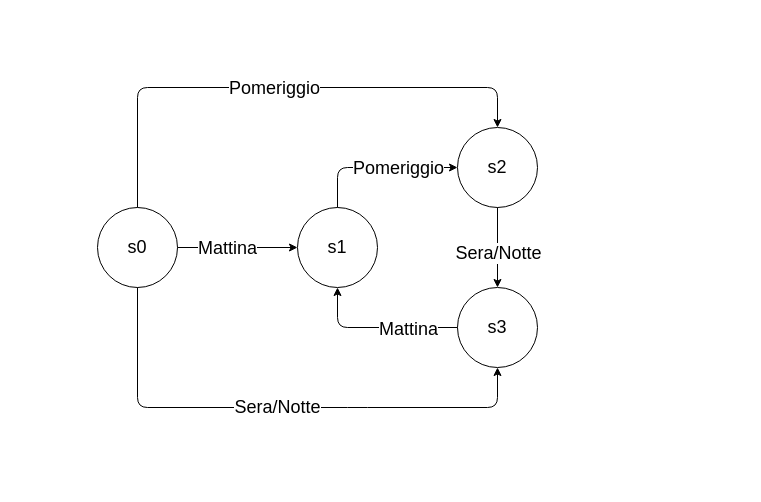
LeoManto/Mantovani_Leonardo keeps this draw.io diagram as it.unibo.workshift/userDocs/StatiProgetto.drawio. Above is the earlier version. Source tidied: cells renumbered, new cells numbered last; positions are measured from the earlier drawing's top-left corner, leaving out a move shared by most shapes. Both pictures are drawn from the tidied source at 100%, with x=0, y=0 at pixel (97, 87).
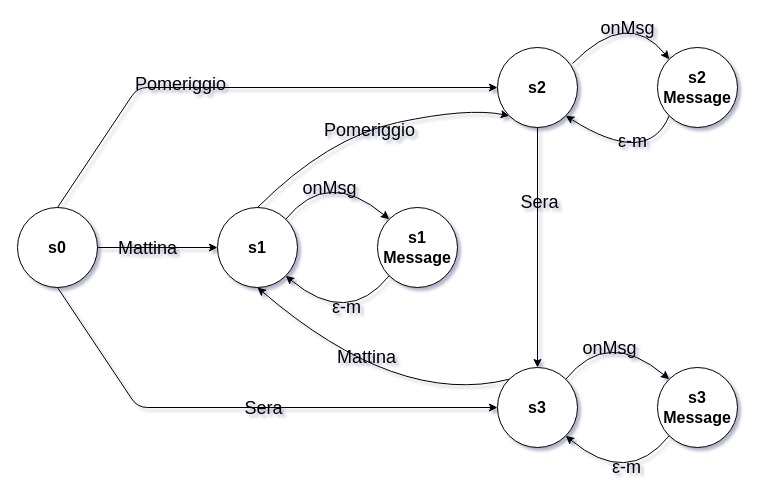
The same page after the edit.

The change refers to these unchanged cells:
```xml
<mxCell id="9" style="endArrow=classic;html=1;exitX=1;exitY=0.5;exitDx=0;exitDy=0;entryX=0;entryY=0.5;entryDx=0;entryDy=0;" parent="1" edge="1" source="2" target="4">
  <mxGeometry relative="1" as="geometry" />
</mxCell>
```

The edit, as a diff of the source:
```diff
@@
-<mxGraphModel>
+<mxGraphModel shadow="1">
@@
-    <mxCell id="2" value="&lt;font style=&quot;font-size: 18px&quot;&gt;s0&lt;/font&gt;" style="ellipse;whiteSpace=wrap;html=1;" parent="1" vertex="1">
-      <mxGeometry y="120" width="80" height="80" as="geometry" />
+    <mxCell id="2" value="&lt;font style=&quot;font-size: 16px&quot;&gt;&lt;b&gt;s0&lt;/b&gt;&lt;/font&gt;" style="ellipse;whiteSpace=wrap;html=1;" parent="1" vertex="1">
+      <mxGeometry x="-80" y="120" width="80" height="80" as="geometry" />
     </mxCell>
-    <mxCell id="3" value="&lt;font style=&quot;font-size: 18px&quot;&gt;s2&lt;/font&gt;" style="ellipse;whiteSpace=wrap;html=1;" parent="1" vertex="1">
-      <mxGeometry x="360" y="40" width="80" height="80" as="geometry" />
+    <mxCell id="3" value="&lt;font style=&quot;font-size: 16px&quot;&gt;&lt;b&gt;s2&lt;/b&gt;&lt;/font&gt;" style="ellipse;whiteSpace=wrap;html=1;" parent="1" vertex="1">
+      <mxGeometry x="400" y="-40" width="80" height="80" as="geometry" />
     </mxCell>
-    <mxCell id="4" value="&lt;font style=&quot;font-size: 18px&quot;&gt;s1&lt;/font&gt;" style="ellipse;whiteSpace=wrap;html=1;" parent="1" vertex="1">
-      <mxGeometry x="200" y="120" width="80" height="80" as="geometry" />
+    <mxCell id="4" value="&lt;font style=&quot;font-size: 16px&quot;&gt;&lt;b&gt;s1&lt;/b&gt;&lt;/font&gt;" style="ellipse;whiteSpace=wrap;html=1;" parent="1" vertex="1">
+      <mxGeometry x="120" y="120" width="80" height="80" as="geometry" />
     </mxCell>
-    <mxCell id="5" value="&lt;font style=&quot;font-size: 18px&quot;&gt;s3&lt;/font&gt;" style="ellipse;whiteSpace=wrap;html=1;" parent="1" vertex="1">
-      <mxGeometry x="360" y="200" width="80" height="80" as="geometry" />
+    <mxCell id="5" value="&lt;font style=&quot;font-size: 16px&quot;&gt;&lt;b&gt;s3&lt;/b&gt;&lt;/font&gt;" style="ellipse;whiteSpace=wrap;html=1;" parent="1" vertex="1">
+      <mxGeometry x="400" y="280" width="80" height="80" as="geometry" />
     </mxCell>
-    <mxCell id="6" style="endArrow=classic;html=1;exitX=0.5;exitY=0;exitDx=0;exitDy=0;entryX=0.5;entryY=0;entryDx=0;entryDy=0;" parent="1" edge="1" source="2" target="3">
-      <mxGeometry relative="1" as="geometry">
-        <Array as="points">
-          <mxPoint x="40" />
-          <mxPoint x="400" />
-        </Array>
-      </mxGeometry>
-    </mxCell>
-    <mxCell id="7" value="&lt;span style=&quot;font-size: 18px&quot;&gt;Pomeriggio&lt;/span&gt;" style="edgeLabel;html=1;align=center;verticalAlign=middle;" parent="6" vertex="1">
-      <mxGeometry x="-0.19" y="-1" relative="1" as="geometry">
-        <mxPoint x="45" y="-1" as="offset" />
-      </mxGeometry>
-    </mxCell>
-    <mxCell id="8" value="&lt;font style=&quot;font-size: 18px&quot;&gt;Sera/Notte&lt;/font&gt;" style="endArrow=classic;html=1;exitX=0.5;exitY=1;exitDx=0;exitDy=0;entryX=0.5;entryY=1;entryDx=0;entryDy=0;" parent="1" edge="1" source="2" target="5">
-      <mxGeometry relative="1" as="geometry">
-        <Array as="points">
-          <mxPoint x="40" y="320" />
-          <mxPoint x="260" y="320" />
-          <mxPoint x="400" y="320" />
-        </Array>
-      </mxGeometry>
-    </mxCell>
@@
-    <mxCell id="10" value="&lt;font style=&quot;font-size: 18px&quot;&gt;Mattina&lt;/font&gt;" style="edgeLabel;html=1;align=center;verticalAlign=middle;" parent="9" vertex="1">
+    <mxCell id="10" value="&lt;font style=&quot;font-size: 18px&quot;&gt;Mattina&lt;/font&gt;" style="edgeLabel;html=1;align=center;verticalAlign=middle;labelBackgroundColor=none;fontColor=#000000;" parent="9" vertex="1">
       <mxGeometry x="0.27" y="-1" relative="1" as="geometry">
         <mxPoint x="-27" y="-1" as="offset" />
       </mxGeometry>
     </mxCell>
-    <mxCell id="11" style="endArrow=classic;html=1;exitX=0.5;exitY=0;exitDx=0;exitDy=0;entryX=0;entryY=0.5;entryDx=0;entryDy=0;" parent="1" edge="1" source="4" target="3">
-      <mxGeometry relative="1" as="geometry">
-        <Array as="points">
-          <mxPoint x="240" y="80" />
-        </Array>
-      </mxGeometry>
-    </mxCell>
-    <mxCell id="12" value="&lt;font style=&quot;font-size: 18px&quot;&gt;Pomeriggio&lt;/font&gt;" style="edgeLabel;html=1;align=center;verticalAlign=middle;" parent="11" vertex="1">
-      <mxGeometry x="0.2" relative="1" as="geometry">
-        <mxPoint x="4" as="offset" />
-      </mxGeometry>
-    </mxCell>
+    <mxCell id="17" value="&lt;font style=&quot;font-size: 16px&quot;&gt;&lt;b&gt;s1&lt;br&gt;Message&lt;/b&gt;&lt;/font&gt;" style="ellipse;whiteSpace=wrap;html=1;" parent="1" vertex="1">
+      <mxGeometry x="280" y="120" width="80" height="80" as="geometry" />
+    </mxCell>
+    <mxCell id="18" style="curved=1;endArrow=classic;html=1;exitX=1;exitY=0;exitDx=0;exitDy=0;entryX=0;entryY=0;entryDx=0;entryDy=0;" parent="1" edge="1" source="4" target="17">
+      <mxGeometry relative="1" as="geometry">
+        <Array as="points">
+          <mxPoint x="230" y="80" />
+        </Array>
+      </mxGeometry>
+    </mxCell>
+    <mxCell id="19" value="&lt;font style=&quot;font-size: 18px&quot;&gt;onMsg&lt;/font&gt;" style="edgeLabel;html=1;align=center;verticalAlign=middle;labelBackgroundColor=none;fontColor=#000000;" parent="18" vertex="1">
+      <mxGeometry x="0.09" y="-16" relative="1" as="geometry">
+        <mxPoint x="1" as="offset" />
+      </mxGeometry>
+    </mxCell>
+    <mxCell id="20" style="curved=1;endArrow=classic;html=1;exitX=0;exitY=1;exitDx=0;exitDy=0;entryX=1;entryY=1;entryDx=0;entryDy=0;" parent="1" edge="1" source="17" target="4">
+      <mxGeometry relative="1" as="geometry">
+        <Array as="points">
+          <mxPoint x="250" y="240" />
+        </Array>
+      </mxGeometry>
+    </mxCell>
+    <mxCell id="21" value="&lt;font style=&quot;font-family: sans-serif; font-size: 18px;&quot;&gt;ε&lt;/font&gt;&lt;font style=&quot;font-family: sans-serif; font-size: 18px;&quot;&gt;-m&lt;/font&gt;" style="edgeLabel;html=1;align=center;verticalAlign=middle;labelBackgroundColor=none;fontColor=#000000;" parent="20" vertex="1">
+      <mxGeometry x="0.11" y="-17" relative="1" as="geometry">
+        <mxPoint y="3" as="offset" />
+      </mxGeometry>
+    </mxCell>
+    <mxCell id="22" value="&lt;font style=&quot;font-size: 16px&quot;&gt;&lt;b&gt;s2&lt;br&gt;Message&lt;/b&gt;&lt;/font&gt;" style="ellipse;whiteSpace=wrap;html=1;" parent="1" vertex="1">
+      <mxGeometry x="560" y="-40" width="80" height="80" as="geometry" />
+    </mxCell>
+    <mxCell id="23" style="curved=1;endArrow=classic;html=1;exitX=0.938;exitY=0.2;exitDx=0;exitDy=0;entryX=0;entryY=0;entryDx=0;entryDy=0;exitPerimeter=0;" parent="1" edge="1" source="3" target="22">
+      <mxGeometry relative="1" as="geometry">
+        <Array as="points">
+          <mxPoint x="530" y="-80" />
+        </Array>
+      </mxGeometry>
+    </mxCell>
+    <mxCell id="24" value="&lt;font style=&quot;font-size: 18px&quot;&gt;onMsg&lt;/font&gt;" style="edgeLabel;html=1;align=center;verticalAlign=middle;labelBackgroundColor=none;fontColor=#000000;" parent="23" vertex="1">
+      <mxGeometry x="0.09" y="-16" relative="1" as="geometry">
+        <mxPoint x="12" y="10" as="offset" />
+      </mxGeometry>
+    </mxCell>
+    <mxCell id="25" style="curved=1;endArrow=classic;html=1;exitX=0;exitY=1;exitDx=0;exitDy=0;entryX=1;entryY=1;entryDx=0;entryDy=0;" parent="1" edge="1" source="22" target="3">
+      <mxGeometry relative="1" as="geometry">
+        <Array as="points">
+          <mxPoint x="550" y="80" />
+        </Array>
+      </mxGeometry>
+    </mxCell>
+    <mxCell id="26" value="&lt;font style=&quot;font-family: sans-serif; font-size: 18px;&quot;&gt;ε&lt;/font&gt;&lt;font style=&quot;font-family: sans-serif; font-size: 18px;&quot;&gt;-m&lt;/font&gt;" style="edgeLabel;html=1;align=center;verticalAlign=middle;labelBackgroundColor=none;labelBorderColor=none;fontColor=#000000;" parent="25" vertex="1">
+      <mxGeometry x="0.11" y="-17" relative="1" as="geometry">
+        <mxPoint y="3" as="offset" />
+      </mxGeometry>
+    </mxCell>
+    <mxCell id="27" value="&lt;font style=&quot;font-size: 16px&quot;&gt;&lt;b&gt;s3&lt;br&gt;Message&lt;/b&gt;&lt;/font&gt;" style="ellipse;whiteSpace=wrap;html=1;" parent="1" vertex="1">
+      <mxGeometry x="560" y="280" width="80" height="80" as="geometry" />
+    </mxCell>
+    <mxCell id="28" style="curved=1;endArrow=classic;html=1;exitX=1;exitY=0;exitDx=0;exitDy=0;entryX=0;entryY=0;entryDx=0;entryDy=0;" parent="1" edge="1" source="5" target="27">
+      <mxGeometry relative="1" as="geometry">
+        <Array as="points">
+          <mxPoint x="510" y="240" />
+        </Array>
+      </mxGeometry>
+    </mxCell>
+    <mxCell id="29" value="&lt;font style=&quot;font-size: 18px&quot;&gt;onMsg&lt;/font&gt;" style="edgeLabel;html=1;align=center;verticalAlign=middle;labelBackgroundColor=none;fontColor=#000000;" parent="28" vertex="1">
+      <mxGeometry x="0.09" y="-16" relative="1" as="geometry">
+        <mxPoint x="1" as="offset" />
+      </mxGeometry>
+    </mxCell>
+    <mxCell id="30" style="curved=1;endArrow=classic;html=1;exitX=0;exitY=1;exitDx=0;exitDy=0;entryX=1;entryY=1;entryDx=0;entryDy=0;" parent="1" edge="1" source="27" target="5">
+      <mxGeometry relative="1" as="geometry">
+        <Array as="points">
+          <mxPoint x="530" y="400" />
+        </Array>
+      </mxGeometry>
+    </mxCell>
+    <mxCell id="31" value="&lt;font style=&quot;font-family: sans-serif; font-size: 18px;&quot;&gt;ε&lt;/font&gt;&lt;font style=&quot;font-family: sans-serif; font-size: 18px;&quot;&gt;-m&lt;/font&gt;" style="edgeLabel;html=1;align=center;verticalAlign=middle;labelBackgroundColor=none;fontColor=#000000;" parent="30" vertex="1">
+      <mxGeometry x="0.11" y="-17" relative="1" as="geometry">
+        <mxPoint y="3" as="offset" />
+      </mxGeometry>
+    </mxCell>
-    <mxCell id="13" style="endArrow=classic;html=1;exitX=0.5;exitY=1;exitDx=0;exitDy=0;entryX=0.5;entryY=0;entryDx=0;entryDy=0;" parent="1" edge="1" source="3" target="5">
+    <mxCell id="13" style="endArrow=classic;html=1;fontColor=#f0f0f0;exitX=0.5;exitY=1;exitDx=0;exitDy=0;entryX=0.5;entryY=0;entryDx=0;entryDy=0;" parent="1" edge="1" source="3" target="5">
       <mxGeometry relative="1" as="geometry" />
     </mxCell>
-    <mxCell id="14" value="&lt;font style=&quot;font-size: 18px&quot;&gt;Sera/Notte&lt;/font&gt;" style="edgeLabel;html=1;align=center;verticalAlign=middle;" parent="13" vertex="1">
-      <mxGeometry x="-0.12" relative="1" as="geometry">
-        <mxPoint y="10" as="offset" />
-      </mxGeometry>
-    </mxCell>
+    <mxCell id="32" value="&lt;font style=&quot;font-size: 18px&quot;&gt;Sera&lt;/font&gt;" style="edgeLabel;html=1;align=center;verticalAlign=middle;labelBackgroundColor=none;fontColor=#000000;" parent="13" vertex="1">
+      <mxGeometry x="-0.38" y="1" relative="1" as="geometry" />
+    </mxCell>
+    <mxCell id="8" style="endArrow=classic;html=1;fontColor=#f0f0f0;exitX=0.5;exitY=1;exitDx=0;exitDy=0;entryX=0;entryY=0.5;entryDx=0;entryDy=0;" parent="1" edge="1" source="2" target="5">
+      <mxGeometry relative="1" as="geometry">
+        <Array as="points">
+          <mxPoint x="40" y="320" />
+        </Array>
+      </mxGeometry>
+    </mxCell>
+    <mxCell id="33" value="&lt;font style=&quot;font-size: 18px&quot;&gt;Sera&lt;/font&gt;" style="edgeLabel;html=1;align=center;verticalAlign=middle;labelBackgroundColor=none;fontColor=#000000;" parent="8" vertex="1">
+      <mxGeometry x="0.07" relative="1" as="geometry" />
+    </mxCell>
-    <mxCell id="15" style="endArrow=classic;html=1;exitX=0;exitY=0.5;exitDx=0;exitDy=0;entryX=0.5;entryY=1;entryDx=0;entryDy=0;" parent="1" edge="1" source="5" target="4">
+    <mxCell id="15" style="curved=1;endArrow=classic;html=1;fontColor=#f0f0f0;exitX=0;exitY=0;exitDx=0;exitDy=0;entryX=0.5;entryY=1;entryDx=0;entryDy=0;" parent="1" edge="1" source="5" target="4">
       <mxGeometry relative="1" as="geometry">
         <Array as="points">
-          <mxPoint x="240" y="240" />
+          <mxPoint x="300" y="320" />
         </Array>
       </mxGeometry>
     </mxCell>
-    <mxCell id="16" value="&lt;span style=&quot;font-size: 18px&quot;&gt;Mattina&lt;/span&gt;" style="edgeLabel;html=1;align=center;verticalAlign=middle;" parent="15" vertex="1">
-      <mxGeometry x="-0.38" y="1" relative="1" as="geometry" />
+    <mxCell id="16" value="&lt;font style=&quot;font-size: 18px&quot;&gt;Mattina&lt;/font&gt;" style="edgeLabel;html=1;align=center;verticalAlign=middle;labelBackgroundColor=none;fontColor=#000000;" parent="15" vertex="1">
+      <mxGeometry x="0.15" y="-18" relative="1" as="geometry" />
     </mxCell>
+    <mxCell id="11" style="curved=1;endArrow=classic;html=1;fontColor=#f0f0f0;exitX=0.5;exitY=0;exitDx=0;exitDy=0;entryX=0;entryY=1;entryDx=0;entryDy=0;" parent="1" edge="1" source="4" target="3">
+      <mxGeometry relative="1" as="geometry">
+        <Array as="points">
+          <mxPoint x="230" y="50" />
+          <mxPoint x="370" y="20" />
+        </Array>
+      </mxGeometry>
+    </mxCell>
+    <mxCell id="34" value="&lt;font style=&quot;font-size: 18px&quot;&gt;Pomeriggio&lt;/font&gt;" style="edgeLabel;html=1;align=center;verticalAlign=middle;labelBackgroundColor=none;fontColor=#000000;" parent="11" vertex="1">
+      <mxGeometry x="-0.01" y="-1" relative="1" as="geometry" />
+    </mxCell>
+    <mxCell id="6" style="endArrow=classic;html=1;fontColor=#f0f0f0;exitX=0.5;exitY=0;exitDx=0;exitDy=0;entryX=0;entryY=0.5;entryDx=0;entryDy=0;" parent="1" edge="1" source="2" target="3">
+      <mxGeometry relative="1" as="geometry">
+        <Array as="points">
+          <mxPoint x="40" />
+        </Array>
+      </mxGeometry>
+    </mxCell>
+    <mxCell id="35" value="&lt;font style=&quot;font-size: 18px&quot;&gt;Pomeriggio&lt;/font&gt;" style="edgeLabel;html=1;align=center;verticalAlign=middle;labelBackgroundColor=none;fontColor=#000000;" parent="6" vertex="1">
+      <mxGeometry x="-0.26" y="4" relative="1" as="geometry" />
+    </mxCell>
```
